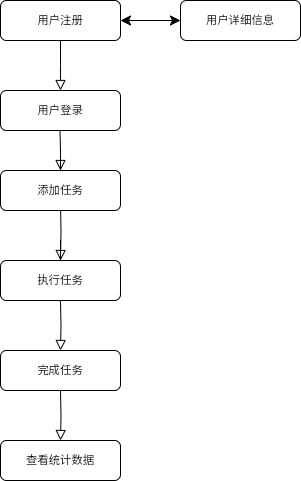
The draw.io diagram user-flow.drawio.png in nanxfu/Practice, before a commit. Source tidied: cells renumbered, new cells last; positions are measured from the earlier drawing's top-left corner, leaving out a move shared by most shapes.
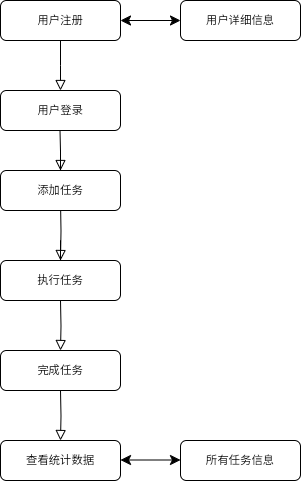
The same file after the commit.

Change to the diagram source:
```diff
@@ -64,5 +64,14 @@
     <mxCell id="17" style="endArrow=classic;startArrow=classic;html=1;rounded=0;fontSize=12;startSize=8;endSize=8;curved=1;entryX=0;entryY=0.5;entryDx=0;entryDy=0;exitX=1;exitY=0.5;exitDx=0;exitDy=0;" parent="1" edge="1" source="3" target="16">
       <mxGeometry relative="1" as="geometry" />
     </mxCell>
+    <mxCell id="18" style="endArrow=classic;startArrow=classic;html=1;rounded=0;fontSize=12;startSize=8;endSize=8;curved=1;entryX=0;entryY=0.5;entryDx=0;entryDy=0;exitX=1;exitY=0.5;exitDx=0;exitDy=0;" parent="1" edge="1">
+      <mxGeometry relative="1" as="geometry">
+        <mxPoint x="120" y="459.5" as="sourcePoint" />
+        <mxPoint x="180" y="459.5" as="targetPoint" />
+      </mxGeometry>
+    </mxCell>
+    <mxCell id="19" value="所有任务信息" style="rounded=1;whiteSpace=wrap;html=1;fontSize=12;glass=0;strokeWidth=1;shadow=0;" parent="1" vertex="1">
+      <mxGeometry x="180" y="440" width="120" height="40" as="geometry" />
+    </mxCell>
   </root>
 </mxGraphModel>
```
